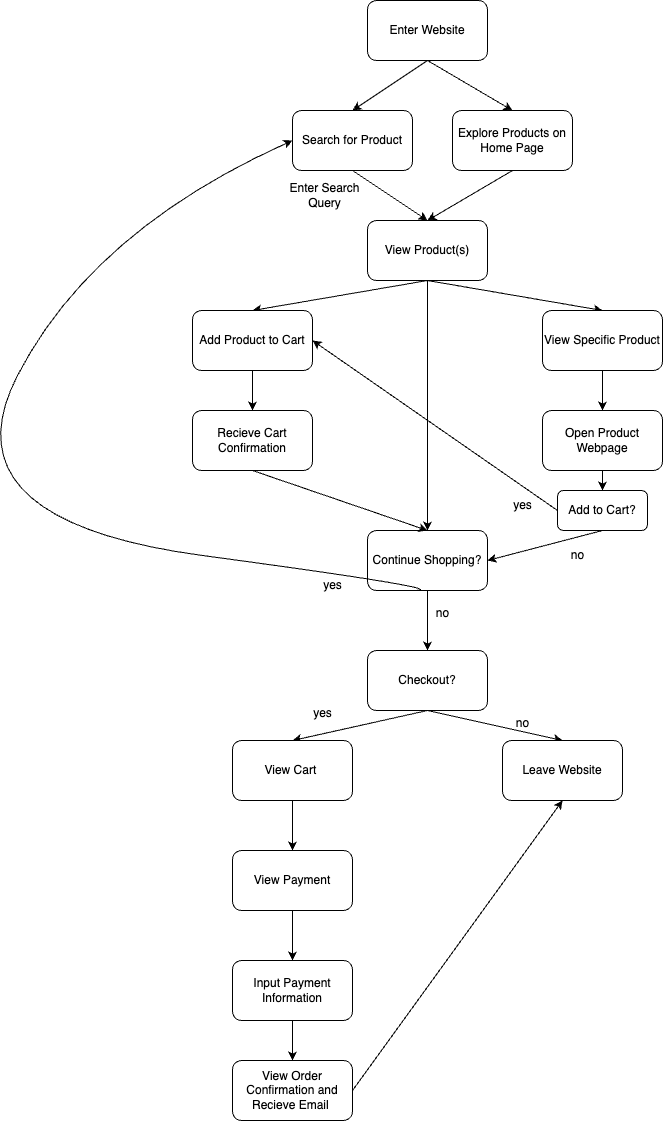
rohanmad/sp25-cse110-lab4 keeps this draw.io diagram as explore/diagramming/diagram.drawio.png. Above is the earlier version. Source tidied: cells renumbered, new cells last; positions are measured from the earlier drawing's top-left corner, leaving out a move shared by most shapes. The source it was exported from:
```xml
<mxGraphModel background="#ffffff">
  <root>
    <mxCell id="0" />
    <mxCell id="1" parent="0" />
    <mxCell id="2" style="edgeStyle=none;html=1;exitX=0.5;exitY=1;exitDx=0;exitDy=0;entryX=0.5;entryY=0;entryDx=0;entryDy=0;" parent="1" edge="1" source="4" target="8">
      <mxGeometry relative="1" as="geometry" />
    </mxCell>
    <mxCell id="3" style="edgeStyle=none;html=1;exitX=0.5;exitY=1;exitDx=0;exitDy=0;entryX=0.5;entryY=0;entryDx=0;entryDy=0;" parent="1" edge="1" source="4" target="6">
      <mxGeometry relative="1" as="geometry" />
    </mxCell>
    <mxCell id="4" value="Enter Website" style="rounded=1;whiteSpace=wrap;html=1;" parent="1" vertex="1">
      <mxGeometry x="425" width="120" height="60" as="geometry" />
    </mxCell>
    <mxCell id="5" style="edgeStyle=none;html=1;exitX=0.5;exitY=1;exitDx=0;exitDy=0;entryX=0.5;entryY=0;entryDx=0;entryDy=0;" parent="1" edge="1" source="6" target="12">
      <mxGeometry relative="1" as="geometry" />
    </mxCell>
    <mxCell id="6" value="Search for Product" style="rounded=1;whiteSpace=wrap;html=1;" parent="1" vertex="1">
      <mxGeometry x="350" y="110" width="120" height="60" as="geometry" />
    </mxCell>
    <mxCell id="7" style="edgeStyle=none;html=1;exitX=0.5;exitY=1;exitDx=0;exitDy=0;entryX=0.5;entryY=0;entryDx=0;entryDy=0;" parent="1" edge="1" source="8" target="12">
      <mxGeometry relative="1" as="geometry" />
    </mxCell>
    <mxCell id="8" value="Explore Products on Home Page" style="rounded=1;whiteSpace=wrap;html=1;" parent="1" vertex="1">
      <mxGeometry x="510" y="110" width="120" height="60" as="geometry" />
    </mxCell>
    <mxCell id="9" style="edgeStyle=none;html=1;exitX=0.5;exitY=1;exitDx=0;exitDy=0;entryX=0.5;entryY=0;entryDx=0;entryDy=0;" parent="1" edge="1" source="12" target="15">
      <mxGeometry relative="1" as="geometry" />
    </mxCell>
    <mxCell id="10" style="edgeStyle=none;html=1;exitX=0.5;exitY=1;exitDx=0;exitDy=0;entryX=0.5;entryY=0;entryDx=0;entryDy=0;" parent="1" edge="1" source="12" target="17">
      <mxGeometry relative="1" as="geometry" />
    </mxCell>
    <mxCell id="11" style="edgeStyle=none;html=1;exitX=0.5;exitY=1;exitDx=0;exitDy=0;" parent="1" edge="1" source="12">
      <mxGeometry relative="1" as="geometry">
        <mxPoint x="485" y="530" as="targetPoint" />
      </mxGeometry>
    </mxCell>
    <mxCell id="12" value="View Product(s)" style="rounded=1;whiteSpace=wrap;html=1;" parent="1" vertex="1">
      <mxGeometry x="425" y="220" width="120" height="60" as="geometry" />
    </mxCell>
    <mxCell id="13" value="Enter Search Query" style="text;html=1;align=center;verticalAlign=middle;whiteSpace=wrap;rounded=0;" parent="1" vertex="1">
      <mxGeometry x="340" y="180" width="85" height="30" as="geometry" />
    </mxCell>
    <mxCell id="14" style="edgeStyle=none;html=1;exitX=0.5;exitY=1;exitDx=0;exitDy=0;entryX=0.5;entryY=0;entryDx=0;entryDy=0;" parent="1" edge="1" source="15" target="19">
      <mxGeometry relative="1" as="geometry" />
    </mxCell>
    <mxCell id="15" value="View Specific Product" style="rounded=1;whiteSpace=wrap;html=1;" parent="1" vertex="1">
      <mxGeometry x="600" y="310" width="120" height="60" as="geometry" />
    </mxCell>
    <mxCell id="16" style="edgeStyle=none;html=1;exitX=0.5;exitY=1;exitDx=0;exitDy=0;entryX=0.5;entryY=0;entryDx=0;entryDy=0;" parent="1" edge="1" source="17" target="23">
      <mxGeometry relative="1" as="geometry" />
    </mxCell>
    <mxCell id="17" value="Add Product to Cart" style="rounded=1;whiteSpace=wrap;html=1;" parent="1" vertex="1">
      <mxGeometry x="250" y="310" width="120" height="60" as="geometry" />
    </mxCell>
    <mxCell id="18" style="edgeStyle=none;html=1;exitX=0.5;exitY=1;exitDx=0;exitDy=0;entryX=0.5;entryY=0;entryDx=0;entryDy=0;" parent="1" edge="1" source="19" target="26">
      <mxGeometry relative="1" as="geometry" />
    </mxCell>
    <mxCell id="19" value="Open Product Webpage" style="rounded=1;whiteSpace=wrap;html=1;" parent="1" vertex="1">
      <mxGeometry x="600" y="410" width="120" height="60" as="geometry" />
    </mxCell>
    <mxCell id="20" style="edgeStyle=none;html=1;exitX=0.5;exitY=1;exitDx=0;exitDy=0;entryX=0.5;entryY=0;entryDx=0;entryDy=0;" parent="1" edge="1" source="21" target="33">
      <mxGeometry relative="1" as="geometry" />
    </mxCell>
    <mxCell id="21" value="Continue Shopping?" style="rounded=1;whiteSpace=wrap;html=1;" parent="1" vertex="1">
      <mxGeometry x="425" y="530" width="120" height="60" as="geometry" />
    </mxCell>
    <mxCell id="22" style="edgeStyle=none;html=1;exitX=0.5;exitY=1;exitDx=0;exitDy=0;entryX=0.5;entryY=0;entryDx=0;entryDy=0;" parent="1" edge="1" source="23" target="21">
      <mxGeometry relative="1" as="geometry" />
    </mxCell>
    <mxCell id="23" value="Recieve Cart Confirmation" style="rounded=1;whiteSpace=wrap;html=1;" parent="1" vertex="1">
      <mxGeometry x="250" y="410" width="120" height="60" as="geometry" />
    </mxCell>
    <mxCell id="24" style="edgeStyle=none;html=1;exitX=0;exitY=0.5;exitDx=0;exitDy=0;entryX=1;entryY=0.5;entryDx=0;entryDy=0;" parent="1" edge="1" source="26" target="17">
      <mxGeometry relative="1" as="geometry" />
    </mxCell>
    <mxCell id="25" style="edgeStyle=none;html=1;exitX=0.5;exitY=1;exitDx=0;exitDy=0;entryX=1;entryY=0.5;entryDx=0;entryDy=0;" parent="1" edge="1" source="26" target="21">
      <mxGeometry relative="1" as="geometry" />
    </mxCell>
    <mxCell id="26" value="Add to Cart?" style="rounded=1;whiteSpace=wrap;html=1;" parent="1" vertex="1">
      <mxGeometry x="615" y="490" width="90" height="40" as="geometry" />
    </mxCell>
    <mxCell id="27" value="yes" style="text;html=1;align=center;verticalAlign=middle;strokeColor=none;fillColor=none;" parent="1" vertex="1">
      <mxGeometry x="560" y="490" width="40" height="30" as="geometry" />
    </mxCell>
    <mxCell id="28" value="no" style="text;html=1;align=center;verticalAlign=middle;strokeColor=none;fillColor=none;" parent="1" vertex="1">
      <mxGeometry x="615" y="540" width="40" height="30" as="geometry" />
    </mxCell>
    <mxCell id="29" style="curved=1;endArrow=classic;html=1;entryX=0;entryY=0.5;entryDx=0;entryDy=0;" parent="1" edge="1" target="6">
      <mxGeometry relative="1" as="geometry">
        <mxPoint x="470" y="590" as="sourcePoint" />
        <Array as="points">
          <mxPoint x="520" y="590" />
          <mxPoint y="520" />
          <mxPoint x="150" y="230" />
        </Array>
      </mxGeometry>
    </mxCell>
    <mxCell id="30" value="yes" style="text;html=1;align=center;verticalAlign=middle;strokeColor=none;fillColor=none;" parent="1" vertex="1">
      <mxGeometry x="370" y="570" width="40" height="30" as="geometry" />
    </mxCell>
    <mxCell id="31" style="edgeStyle=none;html=1;exitX=0.5;exitY=1;exitDx=0;exitDy=0;entryX=0.5;entryY=0;entryDx=0;entryDy=0;" parent="1" edge="1" source="33" target="35">
      <mxGeometry relative="1" as="geometry" />
    </mxCell>
    <mxCell id="32" style="edgeStyle=none;html=1;exitX=0.5;exitY=1;exitDx=0;exitDy=0;entryX=0.5;entryY=0;entryDx=0;entryDy=0;" parent="1" edge="1" source="33" target="37">
      <mxGeometry relative="1" as="geometry" />
    </mxCell>
    <mxCell id="33" value="Checkout?" style="rounded=1;whiteSpace=wrap;html=1;" parent="1" vertex="1">
      <mxGeometry x="425" y="650" width="120" height="60" as="geometry" />
    </mxCell>
    <mxCell id="34" value="no" style="text;html=1;align=center;verticalAlign=middle;strokeColor=none;fillColor=none;" parent="1" vertex="1">
      <mxGeometry x="480" y="598" width="40" height="30" as="geometry" />
    </mxCell>
    <mxCell id="35" value="Leave Website" style="rounded=1;whiteSpace=wrap;html=1;" parent="1" vertex="1">
      <mxGeometry x="560" y="740" width="120" height="60" as="geometry" />
    </mxCell>
    <mxCell id="36" style="edgeStyle=none;html=1;exitX=0.5;exitY=1;exitDx=0;exitDy=0;entryX=0.5;entryY=0;entryDx=0;entryDy=0;" parent="1" edge="1" source="37" target="41">
      <mxGeometry relative="1" as="geometry" />
    </mxCell>
    <mxCell id="37" value="View Cart&amp;nbsp;" style="rounded=1;whiteSpace=wrap;html=1;" parent="1" vertex="1">
      <mxGeometry x="290" y="740" width="120" height="60" as="geometry" />
    </mxCell>
    <mxCell id="38" value="no" style="text;html=1;align=center;verticalAlign=middle;strokeColor=none;fillColor=none;" parent="1" vertex="1">
      <mxGeometry x="560" y="708" width="40" height="30" as="geometry" />
    </mxCell>
    <mxCell id="39" value="yes" style="text;html=1;align=center;verticalAlign=middle;strokeColor=none;fillColor=none;" parent="1" vertex="1">
      <mxGeometry x="360" y="698" width="40" height="30" as="geometry" />
    </mxCell>
    <mxCell id="40" style="edgeStyle=none;html=1;exitX=0.5;exitY=1;exitDx=0;exitDy=0;entryX=0.5;entryY=0;entryDx=0;entryDy=0;" parent="1" edge="1" source="41" target="43">
      <mxGeometry relative="1" as="geometry" />
    </mxCell>
    <mxCell id="41" value="View Payment" style="rounded=1;whiteSpace=wrap;html=1;" parent="1" vertex="1">
      <mxGeometry x="290" y="850" width="120" height="60" as="geometry" />
    </mxCell>
    <mxCell id="42" style="edgeStyle=none;html=1;exitX=0.5;exitY=1;exitDx=0;exitDy=0;entryX=0.5;entryY=0;entryDx=0;entryDy=0;" parent="1" edge="1" source="43" target="45">
      <mxGeometry relative="1" as="geometry" />
    </mxCell>
    <mxCell id="43" value="Input Payment Information" style="rounded=1;whiteSpace=wrap;html=1;" parent="1" vertex="1">
      <mxGeometry x="290" y="960" width="120" height="60" as="geometry" />
    </mxCell>
    <mxCell id="44" style="edgeStyle=none;html=1;exitX=1;exitY=0.5;exitDx=0;exitDy=0;entryX=0.5;entryY=1;entryDx=0;entryDy=0;" parent="1" edge="1" source="45" target="35">
      <mxGeometry relative="1" as="geometry" />
    </mxCell>
    <mxCell id="45" value="View Order Confirmation and Recieve Email&amp;nbsp;" style="rounded=1;whiteSpace=wrap;html=1;" parent="1" vertex="1">
      <mxGeometry x="290" y="1060" width="120" height="60" as="geometry" />
    </mxCell>
  </root>
</mxGraphModel>
```
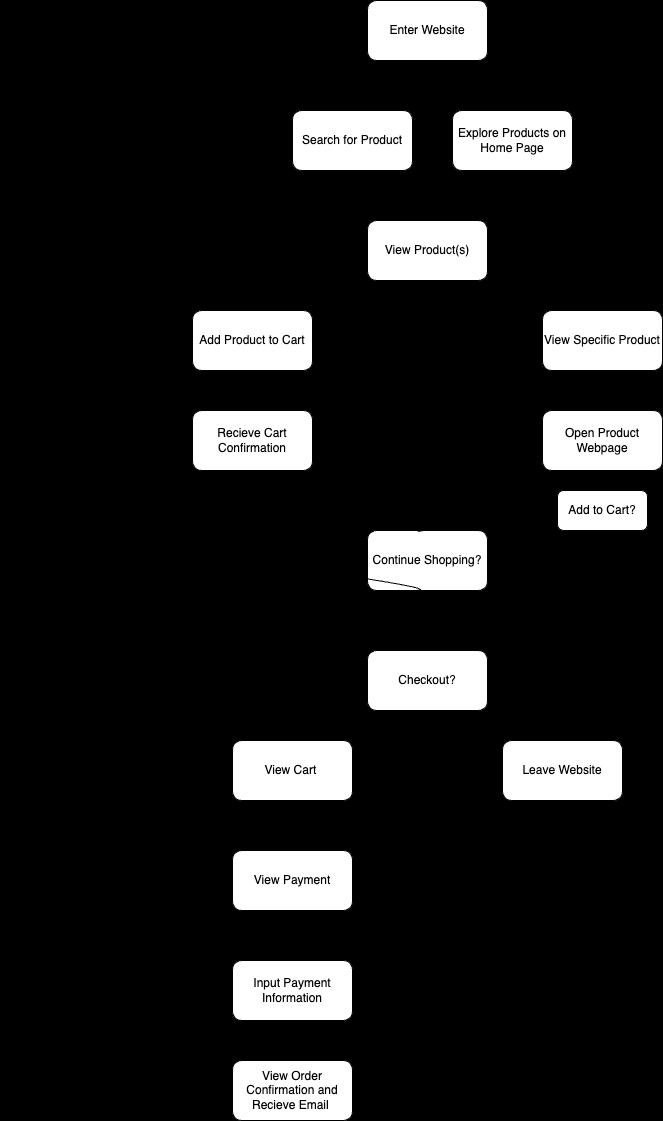
The same diagram one commit later.

Diff of the diagram source:
```diff
@@ -1,4 +1,4 @@
-<mxGraphModel background="#ffffff">
+<mxGraphModel background="light-dark(#b17777, #121212)">
   <root>
     <mxCell id="0" />
     <mxCell id="1" parent="0" />
```
